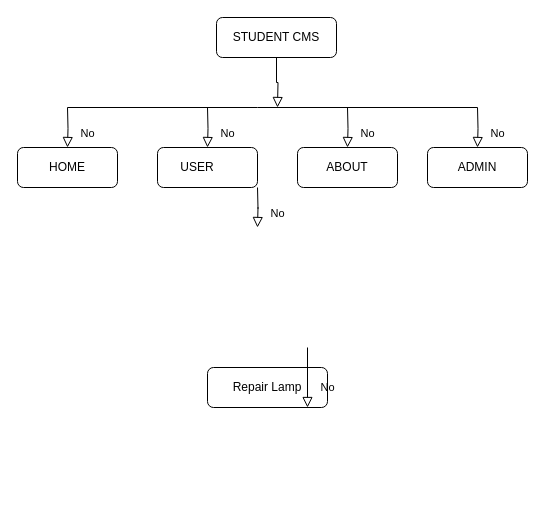
Collinsbrown7723/AduinoBank keeps this draw.io diagram as final_year_project_flow.drawio. Above is the earlier version. Source tidied: cells renumbered, new cells numbered last; positions are measured from the earlier drawing's top-left corner, leaving out a move shared by most shapes. Both pictures are drawn from the tidied source at 100%, with x=0, y=0 at pixel (17, 17).
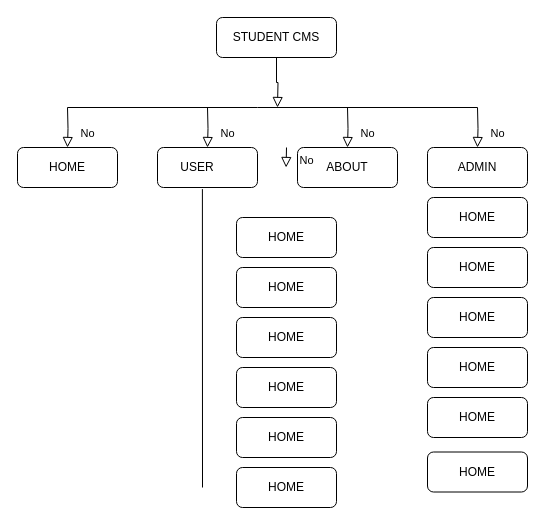
The same diagram, later.

Unchanged cells that the change refers to:
```xml
<mxCell id="7" value="USER&lt;span style=&quot;white-space: pre;&quot;&gt;&#9;&lt;/span&gt;" style="rounded=1;whiteSpace=wrap;html=1;" parent="1" vertex="1">
  <mxGeometry x="140" y="130" width="100" height="40" as="geometry" />
</mxCell>
<mxCell id="8" value="ADMIN" style="rounded=1;whiteSpace=wrap;html=1;" parent="1" vertex="1">
  <mxGeometry x="410" y="130" width="100" height="40" as="geometry" />
</mxCell>
```

What changed in the source:
```diff
@@
-    <mxCell id="4" value="Repair Lamp" style="rounded=1;whiteSpace=wrap;html=1;fontSize=12;glass=0;strokeWidth=1;shadow=0;" parent="1" vertex="1">
-      <mxGeometry x="190" y="350" width="120" height="40" as="geometry" />
-    </mxCell>
@@
-    <mxCell id="12" value="No" style="rounded=0;html=1;jettySize=auto;orthogonalLoop=1;fontSize=11;endArrow=block;endFill=0;endSize=8;strokeWidth=1;shadow=0;labelBackgroundColor=none;edgeStyle=orthogonalEdgeStyle;" parent="1" edge="1">
-      <mxGeometry x="0.33" y="20" relative="1" as="geometry">
-        <mxPoint x="290" y="330" as="sourcePoint" />
-        <mxPoint x="290" y="390" as="targetPoint" />
-      </mxGeometry>
-    </mxCell>
@@
+    <mxCell id="15" value="No" style="rounded=0;html=1;jettySize=auto;fontSize=11;endArrow=block;endFill=0;endSize=8;strokeWidth=1;shadow=0;labelBackgroundColor=none;edgeStyle=orthogonalEdgeStyle;entryX=0.5;entryY=0;entryDx=0;entryDy=0;" parent="1" edge="1" target="8">
+      <mxGeometry x="0.33" y="20" relative="1" as="geometry">
+        <mxPoint x="460" y="90" as="sourcePoint" />
+      </mxGeometry>
+    </mxCell>
+    <mxCell id="16" value="HOME" style="rounded=1;whiteSpace=wrap;html=1;" parent="1" vertex="1">
+      <mxGeometry x="219" y="200" width="100" height="40" as="geometry" />
+    </mxCell>
+    <mxCell id="17" value="HOME" style="rounded=1;whiteSpace=wrap;html=1;" parent="1" vertex="1">
+      <mxGeometry x="219" y="250" width="100" height="40" as="geometry" />
+    </mxCell>
+    <mxCell id="18" value="HOME" style="rounded=1;whiteSpace=wrap;html=1;" parent="1" vertex="1">
+      <mxGeometry x="219" y="300" width="100" height="40" as="geometry" />
+    </mxCell>
+    <mxCell id="19" value="HOME" style="rounded=1;whiteSpace=wrap;html=1;" parent="1" vertex="1">
+      <mxGeometry x="219" y="350" width="100" height="40" as="geometry" />
+    </mxCell>
+    <mxCell id="20" value="HOME" style="rounded=1;whiteSpace=wrap;html=1;" parent="1" vertex="1">
+      <mxGeometry x="219" y="400" width="100" height="40" as="geometry" />
+    </mxCell>
+    <mxCell id="21" value="HOME" style="rounded=1;whiteSpace=wrap;html=1;" parent="1" vertex="1">
+      <mxGeometry x="219" y="450" width="100" height="40" as="geometry" />
+    </mxCell>
+    <mxCell id="22" value="HOME" style="rounded=1;whiteSpace=wrap;html=1;" parent="1" vertex="1">
+      <mxGeometry x="410" y="230" width="100" height="40" as="geometry" />
+    </mxCell>
+    <mxCell id="23" value="HOME" style="rounded=1;whiteSpace=wrap;html=1;" parent="1" vertex="1">
+      <mxGeometry x="410" y="280" width="100" height="40" as="geometry" />
+    </mxCell>
+    <mxCell id="24" value="HOME" style="rounded=1;whiteSpace=wrap;html=1;" parent="1" vertex="1">
+      <mxGeometry x="410" y="330" width="100" height="40" as="geometry" />
+    </mxCell>
+    <mxCell id="25" value="HOME" style="rounded=1;whiteSpace=wrap;html=1;" parent="1" vertex="1">
+      <mxGeometry x="410" y="380" width="100" height="40" as="geometry" />
+    </mxCell>
+    <mxCell id="26" value="HOME" style="rounded=1;whiteSpace=wrap;html=1;" parent="1" vertex="1">
+      <mxGeometry x="410" y="434.5" width="100" height="40" as="geometry" />
+    </mxCell>
+    <mxCell id="27" value="HOME" style="rounded=1;whiteSpace=wrap;html=1;" parent="1" vertex="1">
+      <mxGeometry x="410" y="180" width="100" height="40" as="geometry" />
+    </mxCell>
     <mxCell id="14" value="No" style="rounded=0;html=1;jettySize=auto;orthogonalLoop=1;fontSize=11;endArrow=block;endFill=0;endSize=8;strokeWidth=1;shadow=0;labelBackgroundColor=none;edgeStyle=orthogonalEdgeStyle;entryX=0.5;entryY=0;entryDx=0;entryDy=0;" parent="1" edge="1">
       <mxGeometry x="0.33" y="20" relative="1" as="geometry">
-        <mxPoint x="240" y="170" as="sourcePoint" />
-        <mxPoint x="240" y="210" as="targetPoint" />
+        <mxPoint x="269" y="130" as="sourcePoint" />
+        <mxPoint x="268.6" y="150" as="targetPoint" />
+        <Array as="points">
+          <mxPoint x="269" y="130" />
+          <mxPoint x="269" y="130" />
+        </Array>
       </mxGeometry>
     </mxCell>
-    <mxCell id="15" value="No" style="rounded=0;html=1;jettySize=auto;fontSize=11;endArrow=block;endFill=0;endSize=8;strokeWidth=1;shadow=0;labelBackgroundColor=none;edgeStyle=orthogonalEdgeStyle;entryX=0.5;entryY=0;entryDx=0;entryDy=0;" parent="1" edge="1" target="8">
-      <mxGeometry x="0.33" y="20" relative="1" as="geometry">
-        <mxPoint x="460" y="90" as="sourcePoint" />
-      </mxGeometry>
-    </mxCell>
+    <mxCell id="28" style="endArrow=none;html=1;rounded=0;entryX=0.449;entryY=1.04;entryDx=0;entryDy=0;entryPerimeter=0;" parent="1" edge="1" target="7">
+      <mxGeometry relative="1" as="geometry">
+        <mxPoint x="185" y="470" as="sourcePoint" />
+      </mxGeometry>
+    </mxCell>
```
